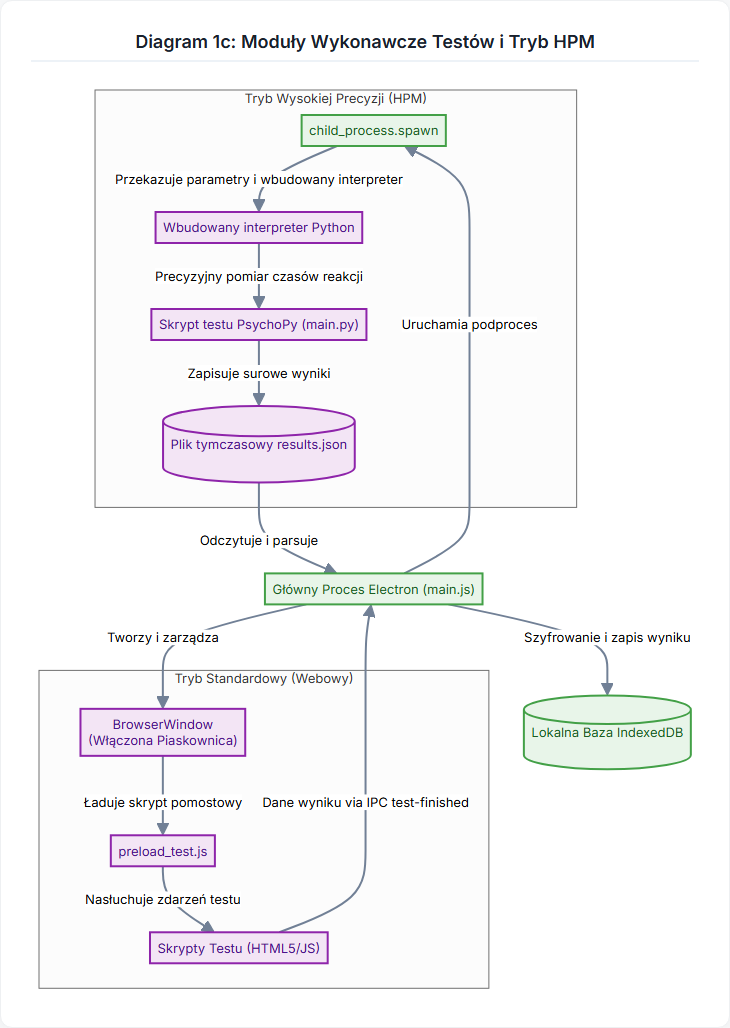
This is Diagramy/architektura_moduly.png from KaucBartosz/Nous, a Mermaid export, as it was before one commit. Its source is kept beside it as Diagramy/architektura_moduly.mermaid.
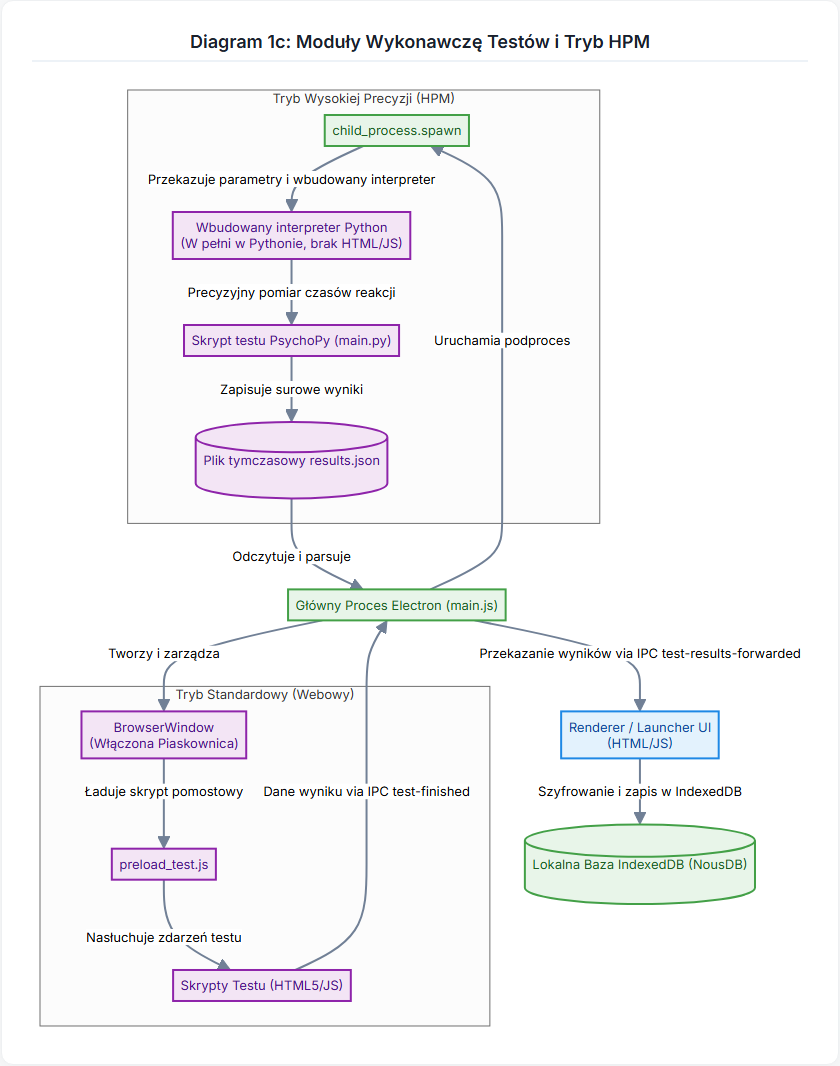
After the change.

Diff of the diagram source:
```diff
@@ -1,9 +1,11 @@
 graph TD
     classDef main fill:#e8f5e9,stroke:#43a047,stroke-width:2px,color:#1b5e20;
     classDef module fill:#f3e5f5,stroke:#8e24aa,stroke-width:2px,color:#4a148c;
+    classDef renderer fill:#e3f2fd,stroke:#1e88e5,stroke-width:2px,color:#0d47a1;
 
     Main["Główny Proces Electron (main.js)"]:::main
-    Db[("Lokalna Baza IndexedDB")]:::main
+    LauncherUI["Renderer / Launcher UI<br/>(HTML/JS)"]:::renderer
+    Db[("Lokalna Baza IndexedDB (NousDB)")]:::main
 
     subgraph WebMode ["Tryb Standardowy (Webowy)"]
         Window["BrowserWindow<br/>(Włączona Piaskownica)"]:::module
@@ -13,7 +15,7 @@
 
     subgraph HPMMode ["Tryb Wysokiej Precyzji (HPM)"]
         Spawn["child_process.spawn"]:::main
-        Python["Wbudowany interpreter Python"]:::module
+        Python["Wbudowany interpreter Python<br/>(W pełni w Pythonie, brak HTML/JS)"]:::module
         PsychoPy["Skrypt testu PsychoPy (main.py)"]:::module
         ResultFile[("Plik tymczasowy results.json")]:::module
     end
@@ -29,4 +31,5 @@
     PsychoPy -->|Zapisuje surowe wyniki| ResultFile
     ResultFile -->|Odczytuje i parsuje| Main
 
-    Main -->|Szyfrowanie i zapis wyniku| Db
+    Main -->|Przekazanie wyników via IPC test-results-forwarded| LauncherUI
+    LauncherUI -->|Szyfrowanie i zapis w IndexedDB| Db
```
